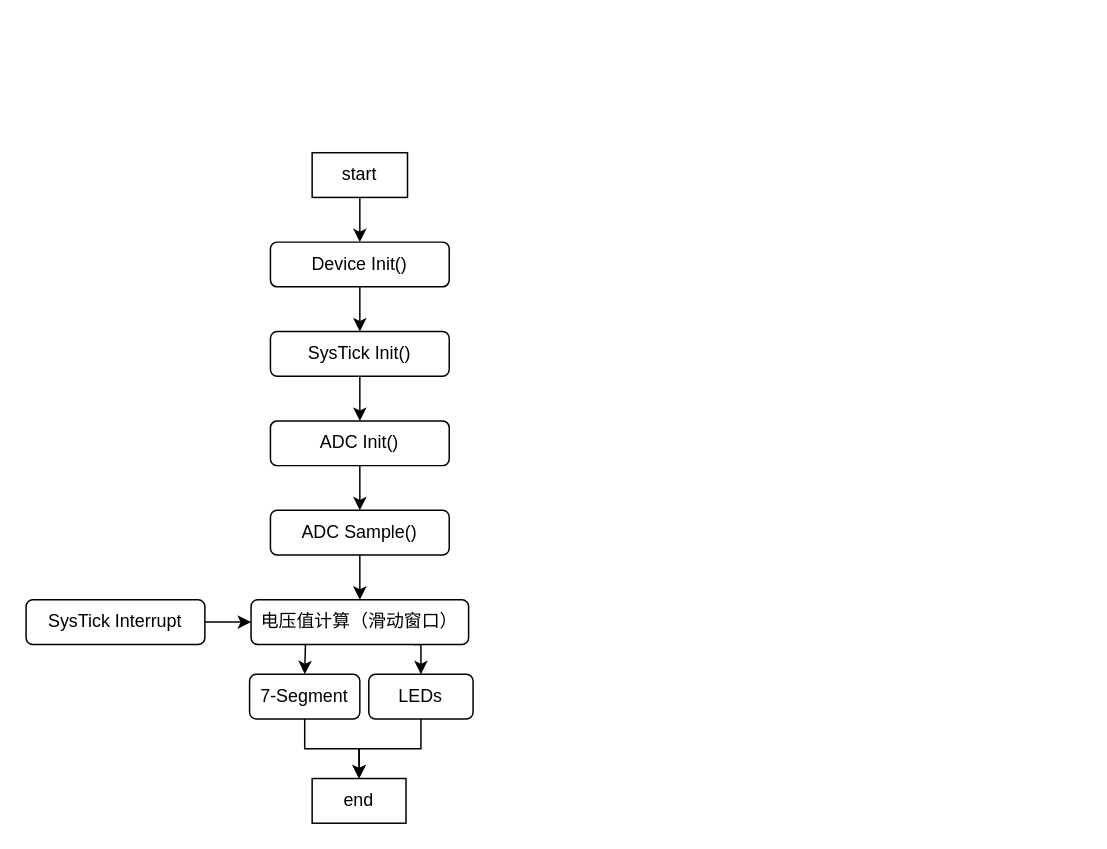
Before: gck3a.drawio in likejerry-proj/draw.io, a draw.io diagram. Source tidied: cells renumbered, new cells numbered last; positions are measured from the earlier drawing's top-left corner, leaving out a move shared by most shapes. Both pictures are drawn from the tidied source at 149%, with x=0, y=0 at pixel (25, 152).
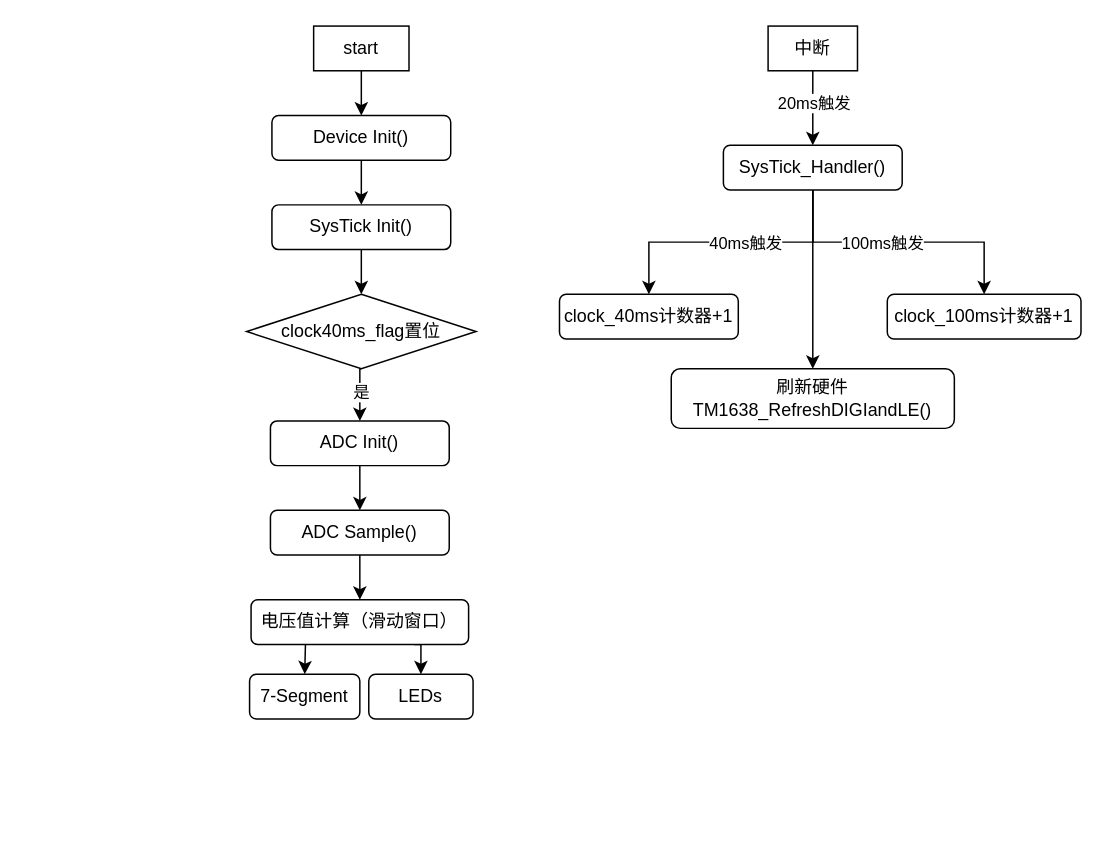
The same page after the edit.

Unchanged cells that the change refers to:
```xml
<mxCell id="9" value="ADC Init()" style="rounded=1;whiteSpace=wrap;html=1;" parent="1" vertex="1">
  <mxGeometry x="164" y="180" width="120" height="30" as="geometry" />
</mxCell>
<mxCell id="14" value="电压值计算（滑动窗口）" style="rounded=1;whiteSpace=wrap;html=1;" parent="1" vertex="1">
  <mxGeometry x="151" y="300" width="146" height="30" as="geometry" />
</mxCell>
<mxCell id="18" value="7-Segment" style="rounded=1;whiteSpace=wrap;html=1;" parent="1" vertex="1">
  <mxGeometry x="150" y="350" width="74" height="30" as="geometry" />
</mxCell>
<mxCell id="20" value="LEDs" style="rounded=1;whiteSpace=wrap;html=1;" parent="1" vertex="1">
  <mxGeometry x="230" y="350" width="70" height="30" as="geometry" />
</mxCell>
```

The edit, as a diff of the source:
```diff
@@
     <mxCell id="3" value="Device Init()" style="rounded=1;whiteSpace=wrap;html=1;" parent="1" vertex="1">
-      <mxGeometry x="164" y="60" width="120" height="30" as="geometry" />
+      <mxGeometry x="165" y="-25" width="120" height="30" as="geometry" />
     </mxCell>
-    <mxCell id="4" style="edgeStyle=orthogonalEdgeStyle;rounded=0;jettySize=auto;html=1;exitX=0.5;exitY=1;exitDx=0;exitDy=0;entryX=0.5;entryY=0;entryDx=0;entryDy=0;" parent="1" edge="1" source="5" target="9">
-      <mxGeometry relative="1" as="geometry" />
-    </mxCell>
+    <mxCell id="22" style="edgeStyle=orthogonalEdgeStyle;rounded=0;jettySize=auto;html=1;exitX=0.5;exitY=1;exitDx=0;exitDy=0;entryX=0.5;entryY=0;entryDx=0;entryDy=0;" parent="1" edge="1" source="5" target="25">
+      <mxGeometry relative="1" as="geometry" />
+    </mxCell>
     <mxCell id="5" value="SysTick Init()" style="rounded=1;whiteSpace=wrap;html=1;" parent="1" vertex="1">
-      <mxGeometry x="164" y="120" width="120" height="30" as="geometry" />
+      <mxGeometry x="165" y="35" width="120" height="30" as="geometry" />
     </mxCell>
@@
     <mxCell id="7" value="start" style="rounded=0;whiteSpace=wrap;html=1;" parent="1" vertex="1">
-      <mxGeometry x="192" width="64" height="30" as="geometry" />
+      <mxGeometry x="193" y="-85" width="64" height="30" as="geometry" />
     </mxCell>
@@
-    <mxCell id="15" style="edgeStyle=orthogonalEdgeStyle;rounded=0;jettySize=auto;html=1;exitX=1;exitY=0.5;exitDx=0;exitDy=0;entryX=0;entryY=0.5;entryDx=0;entryDy=0;" parent="1" edge="1" source="16" target="14">
-      <mxGeometry relative="1" as="geometry" />
-    </mxCell>
-    <mxCell id="16" value="SysTick Interrupt" style="rounded=1;whiteSpace=wrap;html=1;" parent="1" vertex="1">
-      <mxGeometry y="300" width="120" height="30" as="geometry" />
-    </mxCell>
-    <mxCell id="17" style="edgeStyle=orthogonalEdgeStyle;rounded=0;jettySize=auto;html=1;exitX=0.5;exitY=1;exitDx=0;exitDy=0;entryX=0.5;entryY=0;entryDx=0;entryDy=0;" parent="1" edge="1" source="18" target="21">
-      <mxGeometry relative="1" as="geometry" />
-    </mxCell>
@@
-    <mxCell id="19" style="edgeStyle=orthogonalEdgeStyle;rounded=0;jettySize=auto;html=1;exitX=0.5;exitY=1;exitDx=0;exitDy=0;entryX=0.5;entryY=0;entryDx=0;entryDy=0;" parent="1" edge="1" source="20" target="21">
-      <mxGeometry relative="1" as="geometry" />
-    </mxCell>
@@
-    <mxCell id="21" value="end" style="rounded=0;whiteSpace=wrap;html=1;" parent="1" vertex="1">
-      <mxGeometry x="192" y="420" width="63" height="30" as="geometry" />
-    </mxCell>
+    <mxCell id="23" style="edgeStyle=orthogonalEdgeStyle;rounded=0;jettySize=auto;html=1;exitX=0.5;exitY=1;exitDx=0;exitDy=0;entryX=0.5;entryY=0;entryDx=0;entryDy=0;" parent="1" edge="1" source="25" target="9">
+      <mxGeometry relative="1" as="geometry" />
+    </mxCell>
+    <mxCell id="24" value="是" style="edgeLabel;html=1;align=center;verticalAlign=middle;" parent="23" vertex="1">
+      <mxGeometry x="-0.13" relative="1" as="geometry" />
+    </mxCell>
+    <mxCell id="25" value="clock40ms_flag置位" style="rhombus;whiteSpace=wrap;html=1;" parent="1" vertex="1">
+      <mxGeometry x="148" y="95" width="154" height="50" as="geometry" />
+    </mxCell>
+    <mxCell id="26" style="edgeStyle=orthogonalEdgeStyle;rounded=0;jettySize=auto;html=1;exitX=0.5;exitY=1;exitDx=0;exitDy=0;entryX=0.5;entryY=0;entryDx=0;entryDy=0;" parent="1" edge="1" source="28" target="34">
+      <mxGeometry relative="1" as="geometry" />
+    </mxCell>
+    <mxCell id="27" value="20ms触发" style="edgeLabel;html=1;align=center;verticalAlign=middle;" parent="26" vertex="1">
+      <mxGeometry x="-0.18" relative="1" as="geometry" />
+    </mxCell>
+    <mxCell id="28" value="中断" style="rounded=0;whiteSpace=wrap;html=1;" parent="1" vertex="1">
+      <mxGeometry x="498" y="-85" width="60" height="30" as="geometry" />
+    </mxCell>
+    <mxCell id="29" style="edgeStyle=orthogonalEdgeStyle;rounded=0;jettySize=auto;html=1;exitX=0.5;exitY=1;exitDx=0;exitDy=0;" parent="1" edge="1" source="34" target="35">
+      <mxGeometry relative="1" as="geometry" />
+    </mxCell>
+    <mxCell id="30" value="40ms触发" style="edgeLabel;html=1;align=center;verticalAlign=middle;" parent="29" vertex="1">
+      <mxGeometry x="-0.1" relative="1" as="geometry" />
+    </mxCell>
+    <mxCell id="31" style="edgeStyle=orthogonalEdgeStyle;rounded=0;jettySize=auto;html=1;exitX=0.5;exitY=1;exitDx=0;exitDy=0;entryX=0.5;entryY=0;entryDx=0;entryDy=0;" parent="1" edge="1" source="34" target="36">
+      <mxGeometry relative="1" as="geometry" />
+    </mxCell>
+    <mxCell id="32" value="100ms触发" style="edgeLabel;html=1;align=center;verticalAlign=middle;" parent="31" vertex="1">
+      <mxGeometry x="-0.11" relative="1" as="geometry">
+        <mxPoint x="-1" as="offset" />
+      </mxGeometry>
+    </mxCell>
+    <mxCell id="33" style="edgeStyle=orthogonalEdgeStyle;rounded=0;jettySize=auto;html=1;exitX=0.5;exitY=1;exitDx=0;exitDy=0;entryX=0.5;entryY=0;entryDx=0;entryDy=0;" parent="1" edge="1" source="34" target="37">
+      <mxGeometry relative="1" as="geometry" />
+    </mxCell>
+    <mxCell id="34" value="SysTick_Handler()" style="rounded=1;whiteSpace=wrap;html=1;" parent="1" vertex="1">
+      <mxGeometry x="468" y="-5" width="120" height="30" as="geometry" />
+    </mxCell>
+    <mxCell id="35" value="clock_40ms计数器+1" style="rounded=1;whiteSpace=wrap;html=1;" parent="1" vertex="1">
+      <mxGeometry x="358" y="95" width="120" height="30" as="geometry" />
+    </mxCell>
+    <mxCell id="36" value="clock_100ms计数器+1" style="rounded=1;whiteSpace=wrap;html=1;" parent="1" vertex="1">
+      <mxGeometry x="578" y="95" width="130" height="30" as="geometry" />
+    </mxCell>
+    <mxCell id="37" value="刷新硬件TM1638_RefreshDIGIandLE()" style="rounded=1;whiteSpace=wrap;html=1;" parent="1" vertex="1">
+      <mxGeometry x="433" y="145" width="190" height="40" as="geometry" />
+    </mxCell>
```
